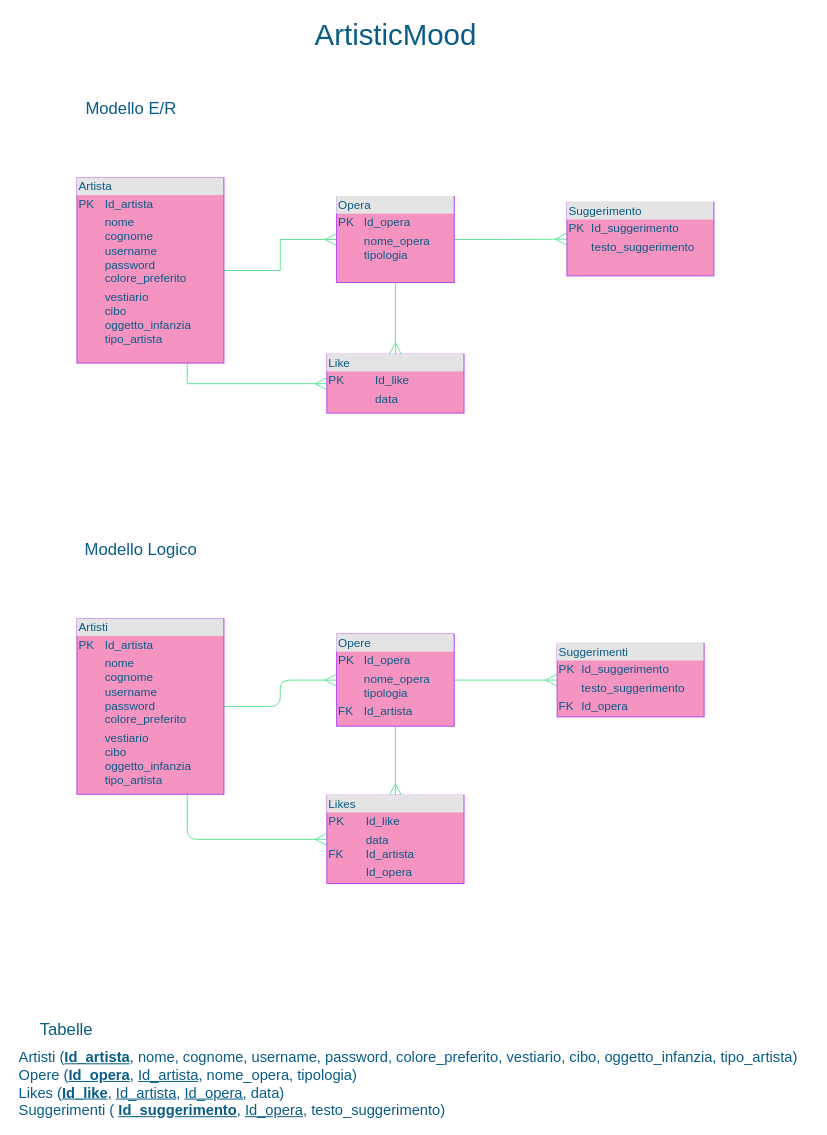
ChiaraGismondi02/ArtisticMood keeps this draw.io diagram as ArtisticMood.drawio. Above is the earlier version. Source tidied: cells renumbered, new cells numbered last; positions are measured from the earlier drawing's top-left corner, leaving out a move shared by most shapes. Both pictures are drawn from the tidied source at 98%, with x=0, y=0 at pixel (17, 20).
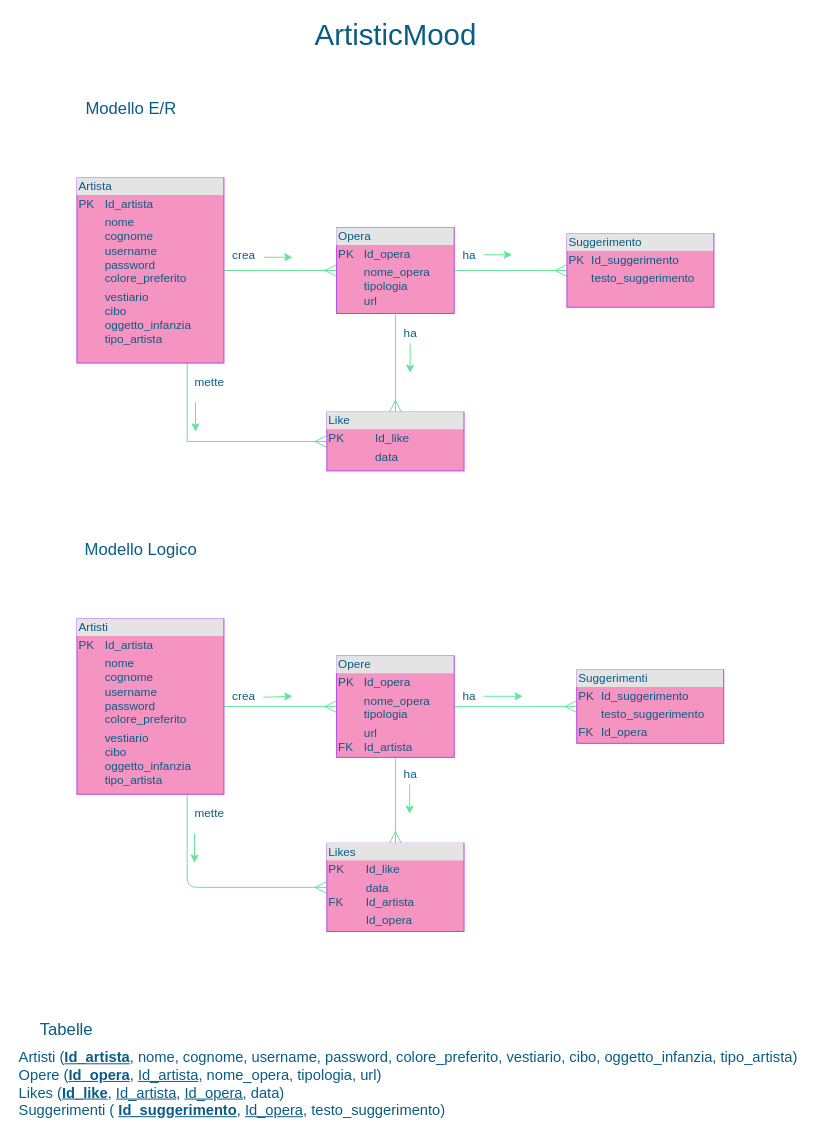
The same diagram, later.

Diff of the diagram source:
```diff
@@
-    <mxCell id="6" value="&lt;div style=&quot;box-sizing: border-box ; width: 100% ; background: #e4e4e4 ; padding: 2px&quot;&gt;Opera&lt;/div&gt;&lt;table style=&quot;width: 100% ; font-size: 1em&quot; cellpadding=&quot;2&quot; cellspacing=&quot;0&quot;&gt;&lt;tbody&gt;&lt;tr&gt;&lt;td&gt;PK&lt;/td&gt;&lt;td&gt;Id_opera&lt;br&gt;&lt;/td&gt;&lt;/tr&gt;&lt;tr&gt;&lt;td&gt;&lt;br&gt;&lt;br&gt;&lt;/td&gt;&lt;td&gt;nome_opera&lt;br&gt;tipologia&lt;br&gt;&lt;br&gt;&lt;/td&gt;&lt;/tr&gt;&lt;tr&gt;&lt;td&gt;&lt;/td&gt;&lt;td&gt;&lt;br&gt;&lt;/td&gt;&lt;/tr&gt;&lt;/tbody&gt;&lt;/table&gt;" style="verticalAlign=top;align=left;overflow=fill;html=1;fillColor=#F694C1;strokeColor=#AF45ED;fontColor=#095C86;" parent="1" vertex="1">
-      <mxGeometry x="326" y="180" width="120" height="87.8" as="geometry" />
+    <mxCell id="6" value="&lt;div style=&quot;box-sizing: border-box ; width: 100% ; background: #e4e4e4 ; padding: 2px&quot;&gt;Opera&lt;/div&gt;&lt;table style=&quot;width: 100% ; font-size: 1em&quot; cellpadding=&quot;2&quot; cellspacing=&quot;0&quot;&gt;&lt;tbody&gt;&lt;tr&gt;&lt;td&gt;PK&lt;/td&gt;&lt;td&gt;Id_opera&lt;br&gt;&lt;/td&gt;&lt;/tr&gt;&lt;tr&gt;&lt;td&gt;&lt;br&gt;&lt;br&gt;&lt;/td&gt;&lt;td&gt;nome_opera&lt;br&gt;tipologia&lt;br&gt;url&lt;/td&gt;&lt;/tr&gt;&lt;tr&gt;&lt;td&gt;&lt;/td&gt;&lt;td&gt;&lt;br&gt;&lt;/td&gt;&lt;/tr&gt;&lt;/tbody&gt;&lt;/table&gt;" style="verticalAlign=top;align=left;overflow=fill;html=1;fillColor=#F694C1;strokeColor=#AF45ED;fontColor=#095C86;" parent="1" vertex="1">
+      <mxGeometry x="326" y="211.6" width="120" height="87.8" as="geometry" />
     </mxCell>
     <mxCell id="7" value="&lt;div style=&quot;box-sizing: border-box ; width: 100% ; background: #e4e4e4 ; padding: 2px&quot;&gt;Like&lt;/div&gt;&lt;table style=&quot;width: 100% ; font-size: 1em&quot; cellpadding=&quot;2&quot; cellspacing=&quot;0&quot;&gt;&lt;tbody&gt;&lt;tr&gt;&lt;td&gt;PK&lt;/td&gt;&lt;td&gt;Id_like&lt;/td&gt;&lt;/tr&gt;&lt;tr&gt;&lt;td&gt;&lt;br&gt;&lt;/td&gt;&lt;td&gt;data&lt;/td&gt;&lt;/tr&gt;&lt;tr&gt;&lt;td&gt;&lt;/td&gt;&lt;td&gt;&lt;br&gt;&lt;/td&gt;&lt;/tr&gt;&lt;/tbody&gt;&lt;/table&gt;" style="verticalAlign=top;align=left;overflow=fill;html=1;fillColor=#F694C1;strokeColor=#AF45ED;fontColor=#095C86;" parent="1" vertex="1">
-      <mxGeometry x="316" y="341" width="140" height="60" as="geometry" />
+      <mxGeometry x="316" y="400" width="140" height="60" as="geometry" />
     </mxCell>
@@
-    <mxCell id="17" value="&lt;div style=&quot;box-sizing: border-box ; width: 100% ; background: #e4e4e4 ; padding: 2px&quot;&gt;Opere&lt;/div&gt;&lt;table style=&quot;width: 100% ; font-size: 1em&quot; cellpadding=&quot;2&quot; cellspacing=&quot;0&quot;&gt;&lt;tbody&gt;&lt;tr&gt;&lt;td&gt;PK&lt;/td&gt;&lt;td&gt;Id_opera&lt;/td&gt;&lt;/tr&gt;&lt;tr&gt;&lt;td&gt;&lt;br&gt;&lt;/td&gt;&lt;td&gt;nome_opera&lt;br&gt;tipologia&lt;/td&gt;&lt;/tr&gt;&lt;tr&gt;&lt;td&gt;FK&lt;/td&gt;&lt;td&gt;Id_artista&lt;/td&gt;&lt;/tr&gt;&lt;/tbody&gt;&lt;/table&gt;" style="verticalAlign=top;align=left;overflow=fill;html=1;fillColor=#F694C1;strokeColor=#AF45ED;fontColor=#095C86;" parent="1" vertex="1">
-      <mxGeometry x="326" y="626.5" width="120" height="94" as="geometry" />
+    <mxCell id="17" value="&lt;div style=&quot;box-sizing: border-box ; width: 100% ; background: #e4e4e4 ; padding: 2px&quot;&gt;Opere&lt;/div&gt;&lt;table style=&quot;width: 100% ; font-size: 1em&quot; cellpadding=&quot;2&quot; cellspacing=&quot;0&quot;&gt;&lt;tbody&gt;&lt;tr&gt;&lt;td&gt;PK&lt;/td&gt;&lt;td&gt;Id_opera&lt;/td&gt;&lt;/tr&gt;&lt;tr&gt;&lt;td&gt;&lt;br&gt;&lt;/td&gt;&lt;td&gt;nome_opera&lt;br&gt;tipologia&lt;/td&gt;&lt;/tr&gt;&lt;tr&gt;&lt;td&gt;&lt;br&gt;FK&lt;/td&gt;&lt;td&gt;url&lt;br&gt;Id_artista&lt;/td&gt;&lt;/tr&gt;&lt;/tbody&gt;&lt;/table&gt;" style="verticalAlign=top;align=left;overflow=fill;html=1;fillColor=#F694C1;strokeColor=#AF45ED;fontColor=#095C86;" parent="1" vertex="1">
+      <mxGeometry x="326" y="648.8" width="120" height="103.5" as="geometry" />
     </mxCell>
     <mxCell id="18" value="&lt;div style=&quot;box-sizing: border-box ; width: 100% ; background: #e4e4e4 ; padding: 2px&quot;&gt;Likes&lt;/div&gt;&lt;table style=&quot;width: 100% ; font-size: 1em&quot; cellpadding=&quot;2&quot; cellspacing=&quot;0&quot;&gt;&lt;tbody&gt;&lt;tr&gt;&lt;td&gt;PK&lt;/td&gt;&lt;td&gt;Id_like&lt;/td&gt;&lt;/tr&gt;&lt;tr&gt;&lt;td&gt;&lt;br&gt;FK&lt;/td&gt;&lt;td&gt;data&lt;br&gt;Id_artista&lt;/td&gt;&lt;/tr&gt;&lt;tr&gt;&lt;td&gt;&lt;/td&gt;&lt;td&gt;Id_opera&lt;/td&gt;&lt;/tr&gt;&lt;/tbody&gt;&lt;/table&gt;" style="verticalAlign=top;align=left;overflow=fill;html=1;fillColor=#F694C1;strokeColor=#AF45ED;fontColor=#095C86;" parent="1" vertex="1">
-      <mxGeometry x="316" y="791" width="140" height="90" as="geometry" />
+      <mxGeometry x="316" y="840" width="140" height="90" as="geometry" />
     </mxCell>
@@
-    <mxCell id="20" value="&lt;font style=&quot;font-size: 15px&quot;&gt;Artisti (&lt;u&gt;&lt;b&gt;Id_artista&lt;/b&gt;&lt;/u&gt;, nome, cognome, username, password, colore_preferito, vestiario, cibo, oggetto_infanzia, tipo_artista)&lt;br&gt;Opere (&lt;b&gt;&lt;u&gt;Id_opera&lt;/u&gt;&lt;/b&gt;, &lt;u&gt;Id_artista&lt;/u&gt;, nome_opera, tipologia)&lt;br&gt;Likes (&lt;u&gt;&lt;b&gt;Id_like&lt;/b&gt;&lt;/u&gt;, &lt;u&gt;Id_artista&lt;/u&gt;, &lt;u&gt;Id_opera,&lt;/u&gt; data)&lt;br&gt;Suggerimenti ( &lt;u&gt;&lt;b&gt;Id_suggerimento&lt;/b&gt;&lt;/u&gt;, &lt;u&gt;Id_opera&lt;/u&gt;, testo_suggerimento)&lt;/font&gt;" style="text;html=1;align=left;verticalAlign=middle;fillColor=none;strokeColor=none;rounded=0;sketch=0;fontColor=#095C86;" parent="1" vertex="1">
+    <mxCell id="20" value="&lt;font style=&quot;font-size: 15px&quot;&gt;Artisti (&lt;u&gt;&lt;b&gt;Id_artista&lt;/b&gt;&lt;/u&gt;, nome, cognome, username, password, colore_preferito, vestiario, cibo, oggetto_infanzia, tipo_artista)&lt;br&gt;Opere (&lt;b&gt;&lt;u&gt;Id_opera&lt;/u&gt;&lt;/b&gt;, &lt;u&gt;Id_artista&lt;/u&gt;, nome_opera, tipologia, url)&lt;br&gt;Likes (&lt;u&gt;&lt;b&gt;Id_like&lt;/b&gt;&lt;/u&gt;, &lt;u&gt;Id_artista&lt;/u&gt;, &lt;u&gt;Id_opera,&lt;/u&gt; data)&lt;br&gt;Suggerimenti ( &lt;u&gt;&lt;b&gt;Id_suggerimento&lt;/b&gt;&lt;/u&gt;, &lt;u&gt;Id_opera&lt;/u&gt;, testo_suggerimento)&lt;/font&gt;" style="text;html=1;align=left;verticalAlign=middle;fillColor=none;strokeColor=none;rounded=0;sketch=0;fontColor=#095C86;" parent="1" vertex="1">
       <mxGeometry y="1050" width="810" height="70" as="geometry" />
     </mxCell>
     <mxCell id="21" value="&lt;div style=&quot;box-sizing: border-box ; width: 100% ; background: #e4e4e4 ; padding: 2px&quot;&gt;Suggerimento&lt;/div&gt;&lt;table style=&quot;width: 100% ; font-size: 1em&quot; cellpadding=&quot;2&quot; cellspacing=&quot;0&quot;&gt;&lt;tbody&gt;&lt;tr&gt;&lt;td&gt;PK&lt;/td&gt;&lt;td&gt;Id_suggerimento&lt;/td&gt;&lt;/tr&gt;&lt;tr&gt;&lt;td&gt;&lt;br&gt;&lt;/td&gt;&lt;td&gt;testo_suggerimento&lt;/td&gt;&lt;/tr&gt;&lt;tr&gt;&lt;td&gt;&lt;/td&gt;&lt;td&gt;&lt;br&gt;&lt;/td&gt;&lt;/tr&gt;&lt;/tbody&gt;&lt;/table&gt;" style="verticalAlign=top;align=left;overflow=fill;html=1;fillColor=#F694C1;strokeColor=#AF45ED;fontColor=#095C86;" parent="1" vertex="1">
-      <mxGeometry x="561" y="186" width="150" height="75" as="geometry" />
+      <mxGeometry x="561" y="218" width="150" height="75" as="geometry" />
     </mxCell>
     <mxCell id="22" value="&lt;div style=&quot;box-sizing: border-box ; width: 100% ; background: #e4e4e4 ; padding: 2px&quot;&gt;Suggerimenti&lt;/div&gt;&lt;table style=&quot;width: 100% ; font-size: 1em&quot; cellpadding=&quot;2&quot; cellspacing=&quot;0&quot;&gt;&lt;tbody&gt;&lt;tr&gt;&lt;td&gt;PK&lt;/td&gt;&lt;td&gt;Id_suggerimento&lt;/td&gt;&lt;/tr&gt;&lt;tr&gt;&lt;td&gt;&lt;br&gt;&lt;/td&gt;&lt;td&gt;testo_suggerimento&lt;/td&gt;&lt;/tr&gt;&lt;tr&gt;&lt;td&gt;FK&lt;/td&gt;&lt;td&gt;Id_opera&lt;/td&gt;&lt;/tr&gt;&lt;/tbody&gt;&lt;/table&gt;" style="verticalAlign=top;align=left;overflow=fill;html=1;fillColor=#F694C1;strokeColor=#AF45ED;fontColor=#095C86;" parent="1" vertex="1">
-      <mxGeometry x="551" y="636" width="150" height="75" as="geometry" />
+      <mxGeometry x="571" y="663" width="150" height="75" as="geometry" />
     </mxCell>
+    <mxCell id="23" value="crea" style="text;html=1;align=center;verticalAlign=middle;points=[];fillColor=none;strokeColor=none;rounded=0;fontColor=#095C86;" parent="1" vertex="1">
+      <mxGeometry x="211" y="230" width="40" height="20" as="geometry" />
+    </mxCell>
+    <mxCell id="24" style="endArrow=classic;html=1;exitX=1.025;exitY=0.6;exitDx=0;exitDy=0;exitPerimeter=0;strokeColor=#60E696;fontColor=#095C86;" parent="1" edge="1" source="23">
+      <mxGeometry relative="1" as="geometry">
+        <mxPoint x="281" y="242" as="targetPoint" />
+      </mxGeometry>
+    </mxCell>
+    <mxCell id="25" value="ha" style="text;html=1;align=center;verticalAlign=middle;fillColor=none;strokeColor=none;rounded=0;fontColor=#095C86;" parent="1" vertex="1">
+      <mxGeometry x="446" y="230" width="30" height="20" as="geometry" />
+    </mxCell>
+    <mxCell id="26" style="endArrow=classic;html=1;strokeColor=#60E696;fontColor=#095C86;" parent="1" edge="1">
+      <mxGeometry relative="1" as="geometry">
+        <mxPoint x="401" y="330" as="sourcePoint" />
+        <mxPoint x="401" y="360" as="targetPoint" />
+      </mxGeometry>
+    </mxCell>
+    <mxCell id="27" style="endArrow=classic;html=1;exitX=1.025;exitY=0.6;exitDx=0;exitDy=0;exitPerimeter=0;strokeColor=#60E696;fontColor=#095C86;" parent="1" edge="1">
+      <mxGeometry relative="1" as="geometry">
+        <mxPoint x="182" y="390" as="sourcePoint" />
+        <mxPoint x="182" y="420" as="targetPoint" />
+      </mxGeometry>
+    </mxCell>
+    <mxCell id="28" style="endArrow=classic;html=1;exitX=1.025;exitY=0.6;exitDx=0;exitDy=0;exitPerimeter=0;strokeColor=#60E696;fontColor=#095C86;" parent="1" edge="1">
+      <mxGeometry relative="1" as="geometry">
+        <mxPoint x="476" y="239.5" as="sourcePoint" />
+        <mxPoint x="505" y="239.5" as="targetPoint" />
+      </mxGeometry>
+    </mxCell>
+    <mxCell id="29" value="mette" style="text;html=1;align=center;verticalAlign=middle;fillColor=none;strokeColor=none;rounded=0;fontColor=#095C86;" parent="1" vertex="1">
+      <mxGeometry x="171" y="360" width="50" height="20" as="geometry" />
+    </mxCell>
+    <mxCell id="30" value="ha" style="text;html=1;align=center;verticalAlign=middle;fillColor=none;strokeColor=none;rounded=0;fontColor=#095C86;" parent="1" vertex="1">
+      <mxGeometry x="386" y="310" width="30" height="20" as="geometry" />
+    </mxCell>
+    <mxCell id="31" style="endArrow=classic;html=1;strokeColor=#60E696;fontColor=#095C86;" parent="1" edge="1">
+      <mxGeometry relative="1" as="geometry">
+        <mxPoint x="400.5" y="780" as="sourcePoint" />
+        <mxPoint x="400.5" y="810" as="targetPoint" />
+      </mxGeometry>
+    </mxCell>
+    <mxCell id="32" value="ha" style="text;html=1;align=center;verticalAlign=middle;fillColor=none;strokeColor=none;rounded=0;fontColor=#095C86;" parent="1" vertex="1">
+      <mxGeometry x="386" y="760" width="30" height="20" as="geometry" />
+    </mxCell>
+    <mxCell id="33" value="ha" style="text;html=1;align=center;verticalAlign=middle;fillColor=none;strokeColor=none;rounded=0;fontColor=#095C86;" parent="1" vertex="1">
+      <mxGeometry x="446" y="680" width="30" height="20" as="geometry" />
+    </mxCell>
+    <mxCell id="34" style="endArrow=classic;html=1;strokeColor=#60E696;fontColor=#095C86;" parent="1" edge="1">
+      <mxGeometry relative="1" as="geometry">
+        <mxPoint x="476" y="690" as="sourcePoint" />
+        <mxPoint x="516" y="690" as="targetPoint" />
+      </mxGeometry>
+    </mxCell>
+    <mxCell id="35" value="crea&lt;br&gt;" style="text;html=1;align=center;verticalAlign=middle;points=[];fillColor=none;strokeColor=none;rounded=0;fontColor=#095C86;" parent="1" vertex="1">
+      <mxGeometry x="211" y="680" width="40" height="20" as="geometry" />
+    </mxCell>
+    <mxCell id="36" style="endArrow=classic;html=1;exitX=1;exitY=0.55;exitDx=0;exitDy=0;exitPerimeter=0;strokeColor=#60E696;fontColor=#095C86;" parent="1" edge="1" source="35">
+      <mxGeometry relative="1" as="geometry">
+        <mxPoint x="281" y="690" as="targetPoint" />
+      </mxGeometry>
+    </mxCell>
+    <mxCell id="37" style="endArrow=classic;html=1;strokeColor=#60E696;fontColor=#095C86;" parent="1" edge="1">
+      <mxGeometry relative="1" as="geometry">
+        <mxPoint x="181" y="830" as="sourcePoint" />
+        <mxPoint x="181" y="860" as="targetPoint" />
+      </mxGeometry>
+    </mxCell>
+    <mxCell id="38" value="mette" style="text;html=1;align=center;verticalAlign=middle;fillColor=none;strokeColor=none;rounded=0;fontColor=#095C86;" parent="1" vertex="1">
+      <mxGeometry x="171" y="800" width="50" height="20" as="geometry" />
+    </mxCell>
```
